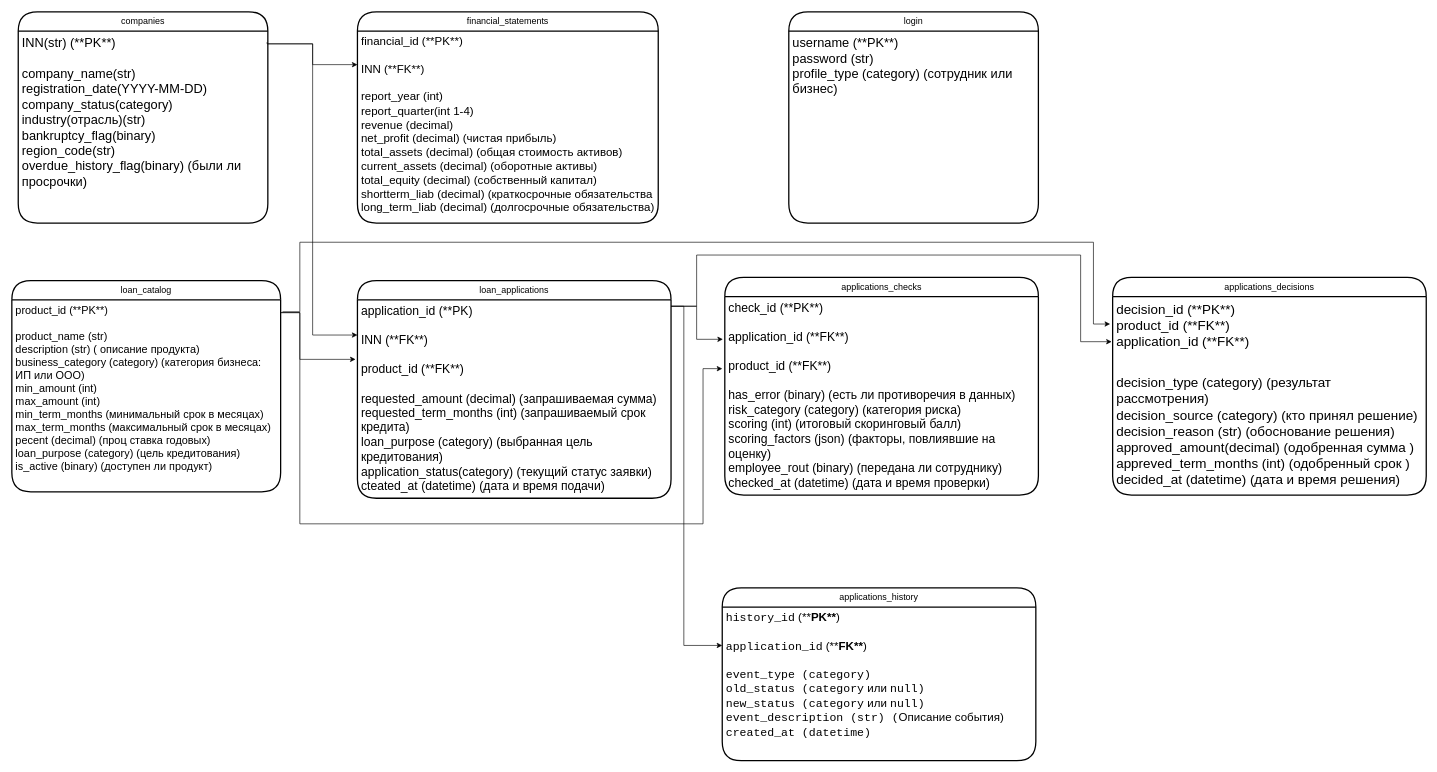
Above: Схема БД.drawio in ekurilova944-source/alfa_hakaton_DVSN (draw.io), before the change. Source tidied: cells renumbered, new cells numbered last; positions are measured from the earlier drawing's top-left corner, leaving out a move shared by most shapes. Both pictures are drawn from the tidied source at 64%, with x=0, y=0 at pixel (12, 12).
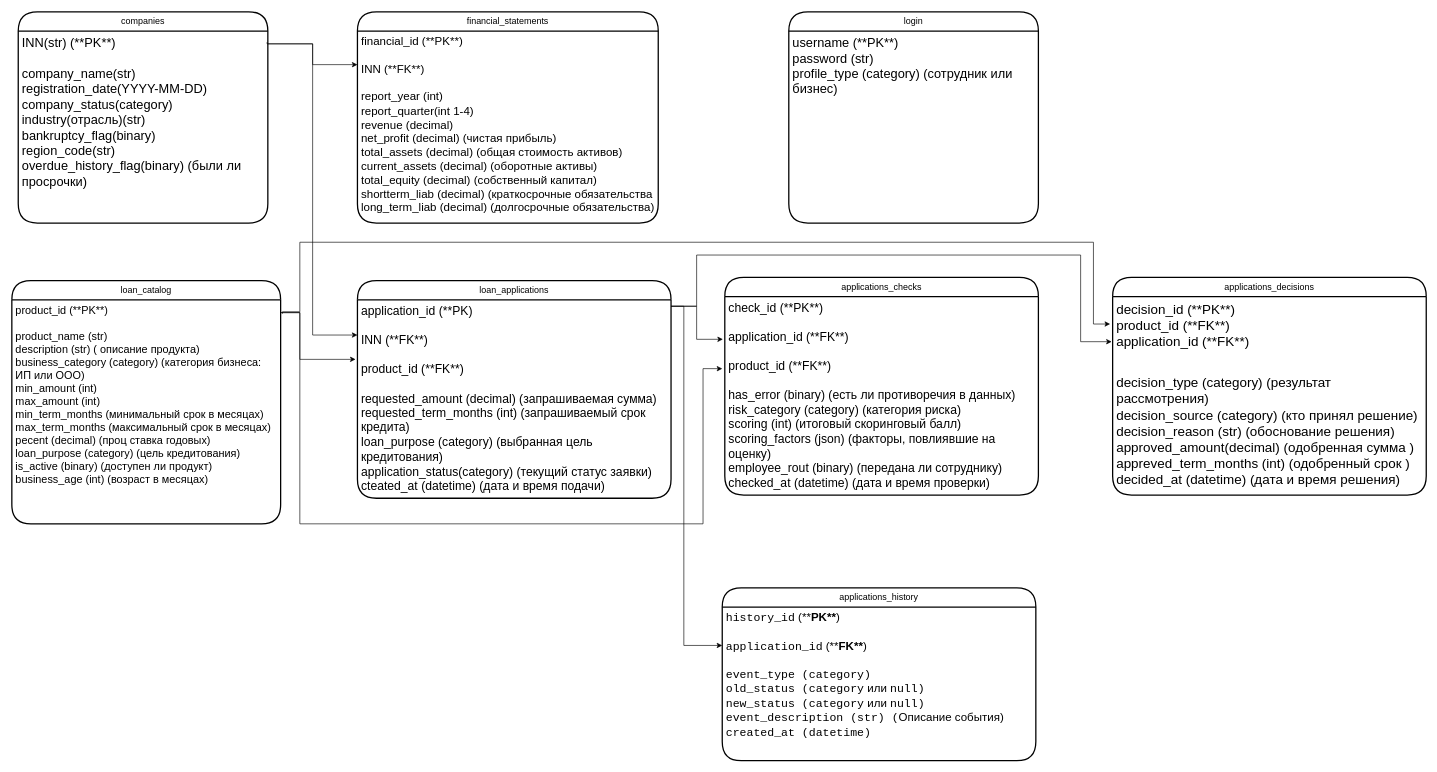
The same page after the edit.

The edit, as a diff of the source:
```diff
@@
     <mxCell id="9" value="loan_catalog" style="swimlane;horizontal=1;startSize=30;rounded=1;fontSize=14;fontStyle=0;strokeWidth=2;shadow=0;dashed=0;align=center;arcSize=33;whiteSpace=wrap;html=1;" parent="1" vertex="1">
-      <mxGeometry y="420" width="420" height="330" as="geometry" />
+      <mxGeometry y="420" width="420" height="380" as="geometry" />
     </mxCell>
-    <mxCell id="10" value="&lt;div style=&quot;&quot;&gt;&lt;font face=&quot;Helvetica&quot; style=&quot;font-size: 17px;&quot;&gt;product_id (**PK**)&lt;/font&gt;&lt;/div&gt;&lt;div style=&quot;&quot;&gt;&lt;font face=&quot;Helvetica&quot; style=&quot;font-size: 17px;&quot;&gt;&lt;br&gt;&lt;/font&gt;&lt;/div&gt;&lt;div style=&quot;&quot;&gt;&lt;font face=&quot;Helvetica&quot; style=&quot;font-size: 17px;&quot;&gt;product_name (str)&lt;/font&gt;&lt;/div&gt;&lt;div style=&quot;&quot;&gt;&lt;font face=&quot;Helvetica&quot; style=&quot;font-size: 17px;&quot;&gt;description (str) ( описание продукта)&lt;/font&gt;&lt;/div&gt;&lt;div style=&quot;&quot;&gt;&lt;font face=&quot;Helvetica&quot; style=&quot;font-size: 17px;&quot;&gt;business_category (category) (категория бизнеса: ИП или ООО)&lt;/font&gt;&lt;/div&gt;&lt;div style=&quot;&quot;&gt;&lt;font face=&quot;Helvetica&quot; style=&quot;font-size: 17px;&quot;&gt;min_amount (int)&lt;/font&gt;&lt;/div&gt;&lt;div style=&quot;&quot;&gt;&lt;font face=&quot;Helvetica&quot; style=&quot;font-size: 17px;&quot;&gt;max_amount (int)&lt;/font&gt;&lt;/div&gt;&lt;div style=&quot;&quot;&gt;&lt;font face=&quot;Helvetica&quot; style=&quot;font-size: 17px;&quot;&gt;min_term_months (минимальный срок в месяцах)&lt;/font&gt;&lt;/div&gt;&lt;div style=&quot;&quot;&gt;&lt;font face=&quot;Helvetica&quot; style=&quot;font-size: 17px;&quot;&gt;max_term_months (максимальный срок в месяцах)&lt;/font&gt;&lt;/div&gt;&lt;div style=&quot;&quot;&gt;&lt;font face=&quot;Helvetica&quot; style=&quot;font-size: 17px;&quot;&gt;pecent (decimal) (проц ставка годовых)&lt;/font&gt;&lt;/div&gt;&lt;div style=&quot;&quot;&gt;&lt;font face=&quot;Helvetica&quot; style=&quot;font-size: 17px;&quot;&gt;loan_purpose (category) (цель кредитования)&lt;/font&gt;&lt;/div&gt;&lt;div style=&quot;&quot;&gt;&lt;font face=&quot;Helvetica&quot; style=&quot;font-size: 17px;&quot;&gt;is_active (binary) (доступен ли продукт)&lt;/font&gt;&lt;/div&gt;&lt;div style=&quot;&quot;&gt;&lt;span style=&quot;font-size: 14px;&quot;&gt;&lt;br&gt;&lt;/span&gt;&lt;/div&gt;" style="align=left;strokeColor=none;fillColor=none;spacingLeft=4;spacingRight=4;fontSize=12;verticalAlign=top;html=1;whiteSpace=wrap;" parent="9" vertex="1">
-      <mxGeometry y="30" width="420" height="300" as="geometry" />
+    <mxCell id="10" value="&lt;div style=&quot;&quot;&gt;&lt;font face=&quot;Helvetica&quot; style=&quot;font-size: 17px;&quot;&gt;product_id (**PK**)&lt;/font&gt;&lt;/div&gt;&lt;div style=&quot;&quot;&gt;&lt;font face=&quot;Helvetica&quot; style=&quot;font-size: 17px;&quot;&gt;&lt;br&gt;&lt;/font&gt;&lt;/div&gt;&lt;div style=&quot;&quot;&gt;&lt;font face=&quot;Helvetica&quot; style=&quot;font-size: 17px;&quot;&gt;product_name (str)&lt;/font&gt;&lt;/div&gt;&lt;div style=&quot;&quot;&gt;&lt;font face=&quot;Helvetica&quot; style=&quot;font-size: 17px;&quot;&gt;description (str) ( описание продукта)&lt;/font&gt;&lt;/div&gt;&lt;div style=&quot;&quot;&gt;&lt;font face=&quot;Helvetica&quot; style=&quot;font-size: 17px;&quot;&gt;business_category (category) (категория бизнеса: ИП или ООО)&lt;/font&gt;&lt;/div&gt;&lt;div style=&quot;&quot;&gt;&lt;font face=&quot;Helvetica&quot; style=&quot;font-size: 17px;&quot;&gt;min_amount (int)&lt;/font&gt;&lt;/div&gt;&lt;div style=&quot;&quot;&gt;&lt;font face=&quot;Helvetica&quot; style=&quot;font-size: 17px;&quot;&gt;max_amount (int)&lt;/font&gt;&lt;/div&gt;&lt;div style=&quot;&quot;&gt;&lt;font face=&quot;Helvetica&quot; style=&quot;font-size: 17px;&quot;&gt;min_term_months (минимальный срок в месяцах)&lt;/font&gt;&lt;/div&gt;&lt;div style=&quot;&quot;&gt;&lt;font face=&quot;Helvetica&quot; style=&quot;font-size: 17px;&quot;&gt;max_term_months (максимальный срок в месяцах)&lt;/font&gt;&lt;/div&gt;&lt;div style=&quot;&quot;&gt;&lt;font face=&quot;Helvetica&quot; style=&quot;font-size: 17px;&quot;&gt;pecent (decimal) (проц ставка годовых)&lt;/font&gt;&lt;/div&gt;&lt;div style=&quot;&quot;&gt;&lt;font face=&quot;Helvetica&quot; style=&quot;font-size: 17px;&quot;&gt;loan_purpose (category) (цель кредитования)&lt;/font&gt;&lt;/div&gt;&lt;div style=&quot;&quot;&gt;&lt;font face=&quot;Helvetica&quot; style=&quot;font-size: 17px;&quot;&gt;is_active (binary) (доступен ли продукт)&lt;/font&gt;&lt;/div&gt;&lt;div style=&quot;&quot;&gt;&lt;span style=&quot;font-size: 17px;&quot;&gt;business_age (int) (возраст в месяцах)&lt;/span&gt;&lt;/div&gt;" style="align=left;strokeColor=none;fillColor=none;spacingLeft=4;spacingRight=4;fontSize=12;verticalAlign=top;html=1;whiteSpace=wrap;" parent="9" vertex="1">
+      <mxGeometry y="30" width="420" height="350" as="geometry" />
     </mxCell>
```
